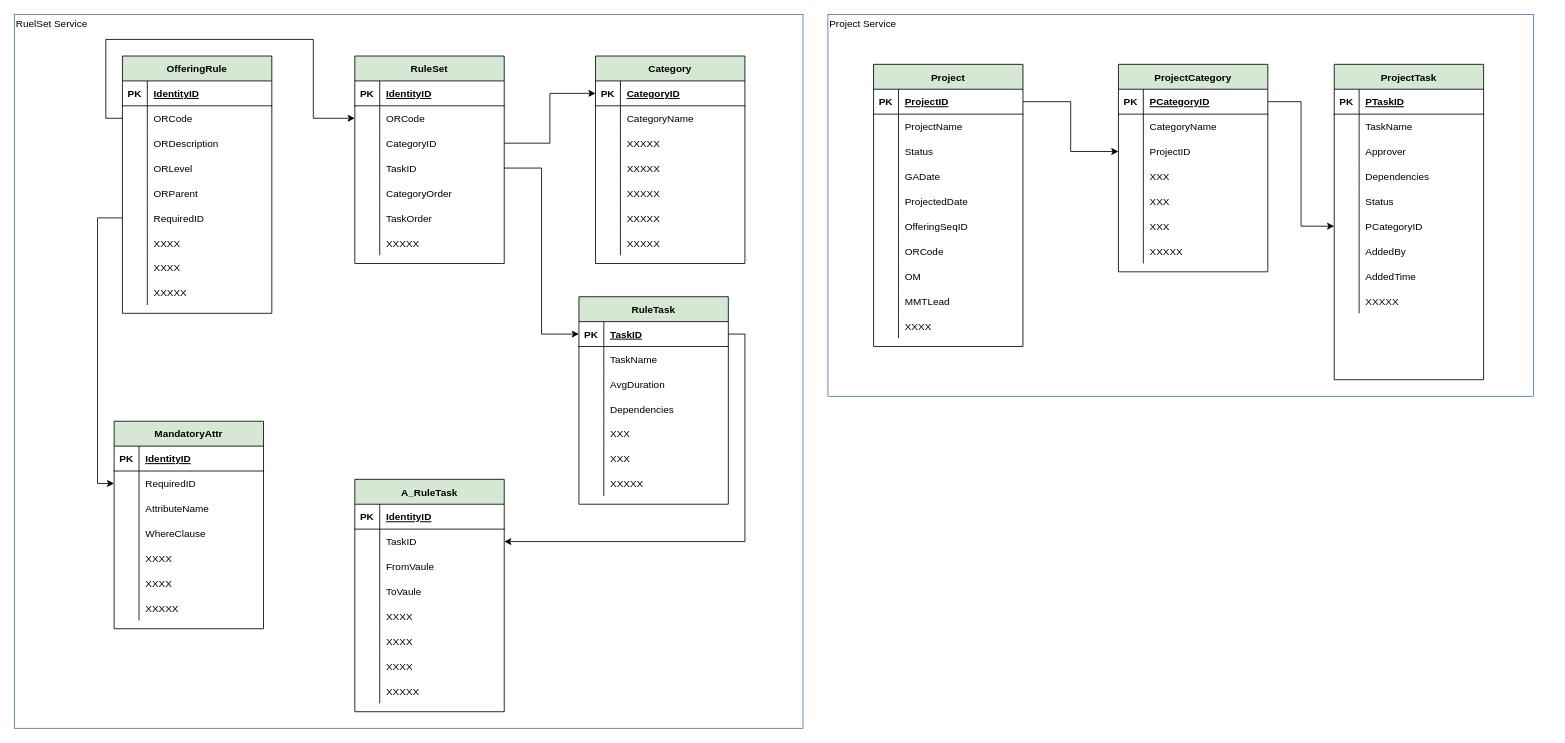
Earlier version of the draw.io diagram page "Data Model" (4 of 6) of oasis-architecture.drawio (JackZhao2517/drawio_folder). Source tidied: cells renumbered, new cells numbered last; positions are measured from the earlier drawing's top-left corner, leaving out a move shared by most shapes. Both pictures are drawn from the tidied source at 83%, with x=0, y=0 at pixel (14, 14).
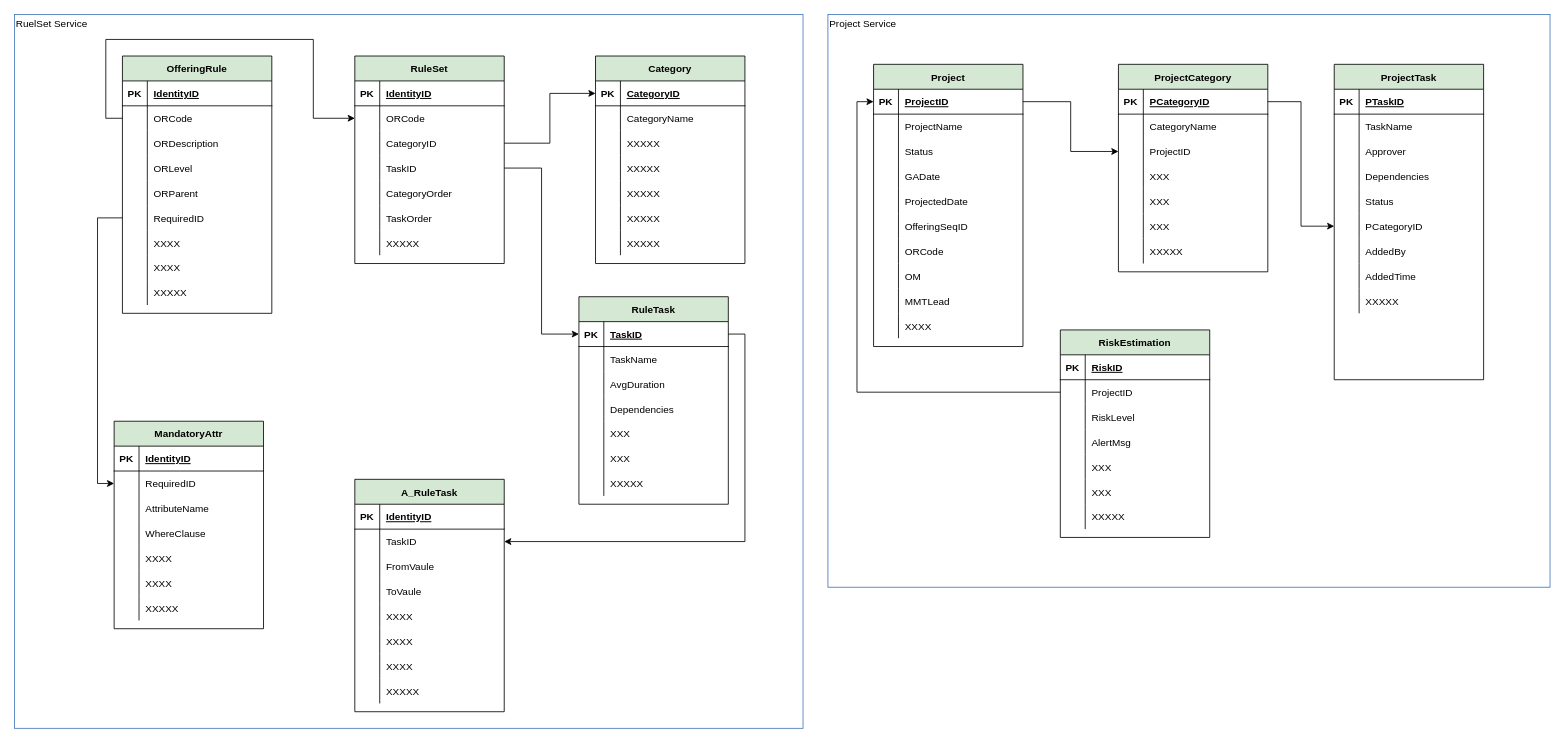
Above is the later version.

Unchanged cells that the change refers to:
```xml
<mxCell id="147" style="shape=partialRectangle;fillColor=none;top=0;left=0;bottom=1;right=0;points=[[0,0.5],[1,0.5]];portConstraint=eastwest;" parent="146" vertex="1">
  <mxGeometry y="30" width="180" height="30" as="geometry" />
</mxCell>
```

Diff of the diagram source:
```diff
@@
     <mxCell id="145" value="&lt;div align=&quot;left&quot;&gt;Project Service&lt;/div&gt;" style="fontStyle=0;verticalAlign=top;align=left;spacingTop=-2;fillColor=none;rounded=0;whiteSpace=wrap;html=1;strokeColor=#4376BB;strokeWidth=1;dashed=0;" parent="1" vertex="1">
-      <mxGeometry x="980" width="850" height="460" as="geometry" />
+      <mxGeometry x="980" width="870" height="690" as="geometry" />
     </mxCell>
@@
+    <mxCell id="233" value="RiskEstimation" style="shape=table;startSize=30;childLayout=tableLayout;rowLines=0;fontStyle=1;align=center;fillColor=#D5E8D4;" parent="145" vertex="1">
+      <mxGeometry x="280" y="380" width="180" height="250" as="geometry" />
+    </mxCell>
+    <mxCell id="234" style="shape=partialRectangle;fillColor=none;top=0;left=0;bottom=1;right=0;" parent="233" vertex="1">
+      <mxGeometry y="30" width="180" height="30" as="geometry" />
+    </mxCell>
+    <mxCell id="235" value="PK" style="shape=partialRectangle;fillColor=none;top=0;left=0;bottom=0;right=0;fontStyle=1;overflow=hidden;" parent="234" vertex="1">
+      <mxGeometry width="30" height="30" as="geometry" />
+    </mxCell>
+    <mxCell id="236" value="RiskID" style="shape=partialRectangle;fillColor=none;top=0;left=0;bottom=0;right=0;align=left;spacingLeft=6;fontStyle=5;overflow=hidden;" parent="234" vertex="1">
+      <mxGeometry x="30" width="150" height="30" as="geometry" />
+    </mxCell>
+    <mxCell id="237" style="shape=partialRectangle;fillColor=none;top=0;left=0;bottom=0;right=0;points=[[0,0.5],[1,0.5]];portConstraint=eastwest;" parent="233" vertex="1">
+      <mxGeometry y="60" width="180" height="30" as="geometry" />
+    </mxCell>
+    <mxCell id="238" style="shape=partialRectangle;fillColor=none;top=0;left=0;bottom=0;right=0;overflow=hidden;" parent="237" vertex="1">
+      <mxGeometry width="30" height="30" as="geometry" />
+    </mxCell>
+    <mxCell id="239" value="ProjectID" style="shape=partialRectangle;fillColor=none;top=0;left=0;bottom=0;right=0;align=left;spacingLeft=6;overflow=hidden;" parent="237" vertex="1">
+      <mxGeometry x="30" width="150" height="30" as="geometry" />
+    </mxCell>
+    <mxCell id="240" style="shape=partialRectangle;fillColor=none;top=0;left=0;bottom=0;right=0;" parent="233" vertex="1">
+      <mxGeometry y="90" width="180" height="30" as="geometry" />
+    </mxCell>
+    <mxCell id="241" style="shape=partialRectangle;fillColor=none;top=0;left=0;bottom=0;right=0;overflow=hidden;" parent="240" vertex="1">
+      <mxGeometry width="30" height="30" as="geometry" />
+    </mxCell>
+    <mxCell id="242" value="RiskLevel" style="shape=partialRectangle;fillColor=none;top=0;left=0;bottom=0;right=0;align=left;spacingLeft=6;overflow=hidden;" parent="240" vertex="1">
+      <mxGeometry x="30" width="150" height="30" as="geometry" />
+    </mxCell>
+    <mxCell id="243" style="shape=partialRectangle;fillColor=none;top=0;left=0;bottom=0;right=0;" parent="233" vertex="1">
+      <mxGeometry y="120" width="180" height="30" as="geometry" />
+    </mxCell>
+    <mxCell id="244" style="shape=partialRectangle;fillColor=none;top=0;left=0;bottom=0;right=0;overflow=hidden;" parent="243" vertex="1">
+      <mxGeometry width="30" height="30" as="geometry" />
+    </mxCell>
+    <mxCell id="245" value="AlertMsg" style="shape=partialRectangle;fillColor=none;top=0;left=0;bottom=0;right=0;align=left;spacingLeft=6;overflow=hidden;" parent="243" vertex="1">
+      <mxGeometry x="30" width="150" height="30" as="geometry" />
+    </mxCell>
+    <mxCell id="246" style="shape=partialRectangle;fillColor=none;top=0;left=0;bottom=0;right=0;" parent="233" vertex="1">
+      <mxGeometry y="150" width="180" height="30" as="geometry" />
+    </mxCell>
+    <mxCell id="247" style="shape=partialRectangle;fillColor=none;top=0;left=0;bottom=0;right=0;overflow=hidden;" parent="246" vertex="1">
+      <mxGeometry width="30" height="30" as="geometry" />
+    </mxCell>
+    <mxCell id="248" value="XXX" style="shape=partialRectangle;fillColor=none;top=0;left=0;bottom=0;right=0;align=left;spacingLeft=6;overflow=hidden;" parent="246" vertex="1">
+      <mxGeometry x="30" width="150" height="30" as="geometry" />
+    </mxCell>
+    <mxCell id="249" style="shape=partialRectangle;fillColor=none;top=0;left=0;bottom=0;right=0;" parent="233" vertex="1">
+      <mxGeometry y="180" width="180" height="30" as="geometry" />
+    </mxCell>
+    <mxCell id="250" style="shape=partialRectangle;fillColor=none;top=0;left=0;bottom=0;right=0;overflow=hidden;" parent="249" vertex="1">
+      <mxGeometry width="30" height="30" as="geometry" />
+    </mxCell>
+    <mxCell id="251" value="XXX" style="shape=partialRectangle;fillColor=none;top=0;left=0;bottom=0;right=0;align=left;spacingLeft=6;overflow=hidden;" parent="249" vertex="1">
+      <mxGeometry x="30" width="150" height="30" as="geometry" />
+    </mxCell>
+    <mxCell id="252" style="shape=partialRectangle;fillColor=none;top=0;left=0;bottom=0;right=0;" parent="233" vertex="1">
+      <mxGeometry y="210" width="180" height="30" as="geometry" />
+    </mxCell>
+    <mxCell id="253" style="shape=partialRectangle;fillColor=none;top=0;left=0;bottom=0;right=0;overflow=hidden;" parent="252" vertex="1">
+      <mxGeometry width="30" height="30" as="geometry" />
+    </mxCell>
+    <mxCell id="254" value="XXXXX" style="shape=partialRectangle;fillColor=none;top=0;left=0;bottom=0;right=0;align=left;spacingLeft=6;overflow=hidden;" parent="252" vertex="1">
+      <mxGeometry x="30" width="150" height="30" as="geometry" />
+    </mxCell>
+    <mxCell id="255" style="edgeStyle=orthogonalEdgeStyle;rounded=0;jettySize=auto;html=1;exitX=0;exitY=0.5;exitDx=0;exitDy=0;entryX=0;entryY=0.5;entryDx=0;entryDy=0;" parent="145" edge="1" source="237" target="147">
+      <mxGeometry relative="1" as="geometry" />
+    </mxCell>
```
